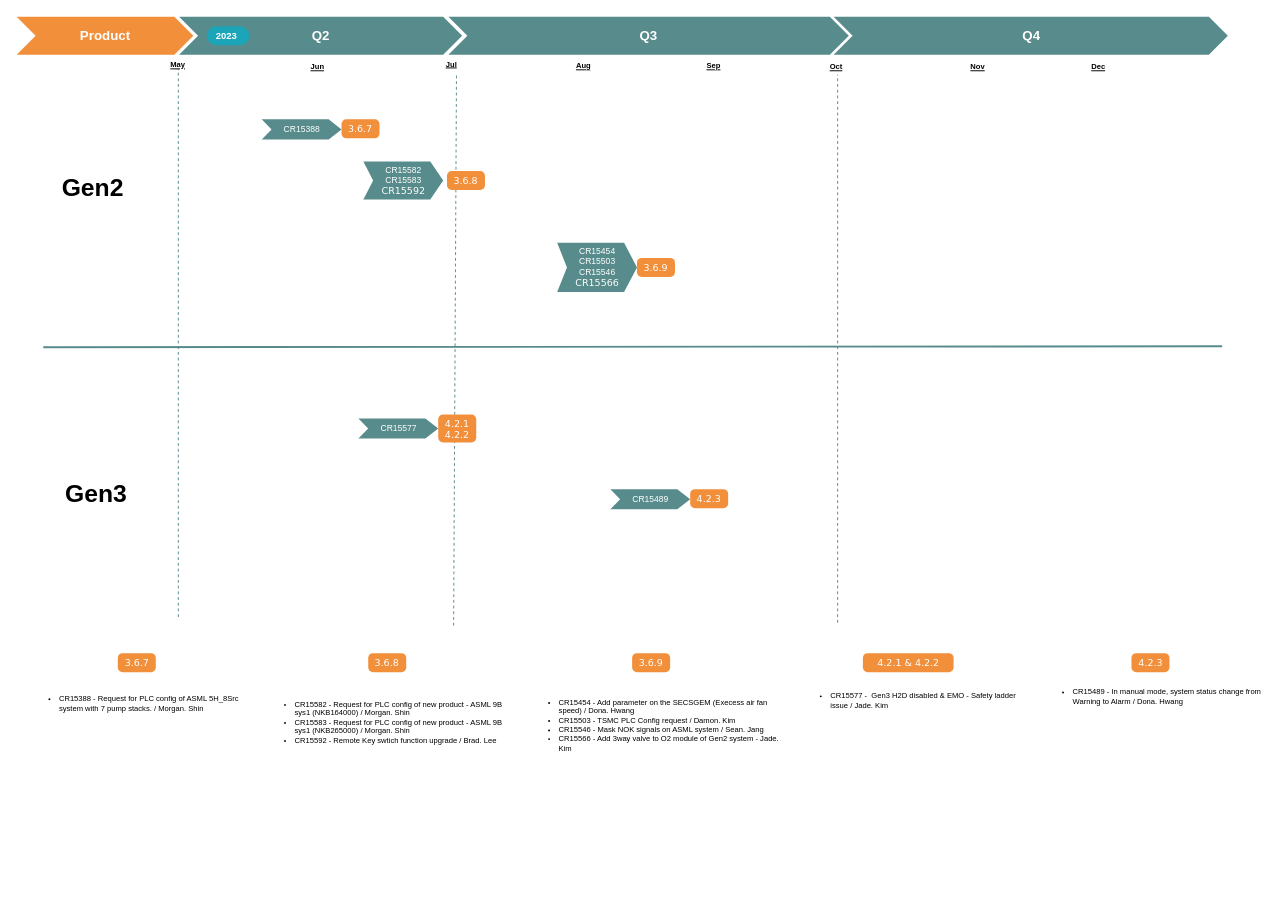
EdwardsKorea/CommonDrawIO keeps this draw.io diagram as page "EUV Legacy" (3 of 8) of 0.Project Roadmap.drawio. Above is the earlier version. Source tidied: cells renumbered, new cells numbered last; positions are measured from the earlier drawing's top-left corner, leaving out a move shared by most shapes. Both pictures are drawn from the tidied source at 95%, with x=0, y=0 at pixel (16, 16).
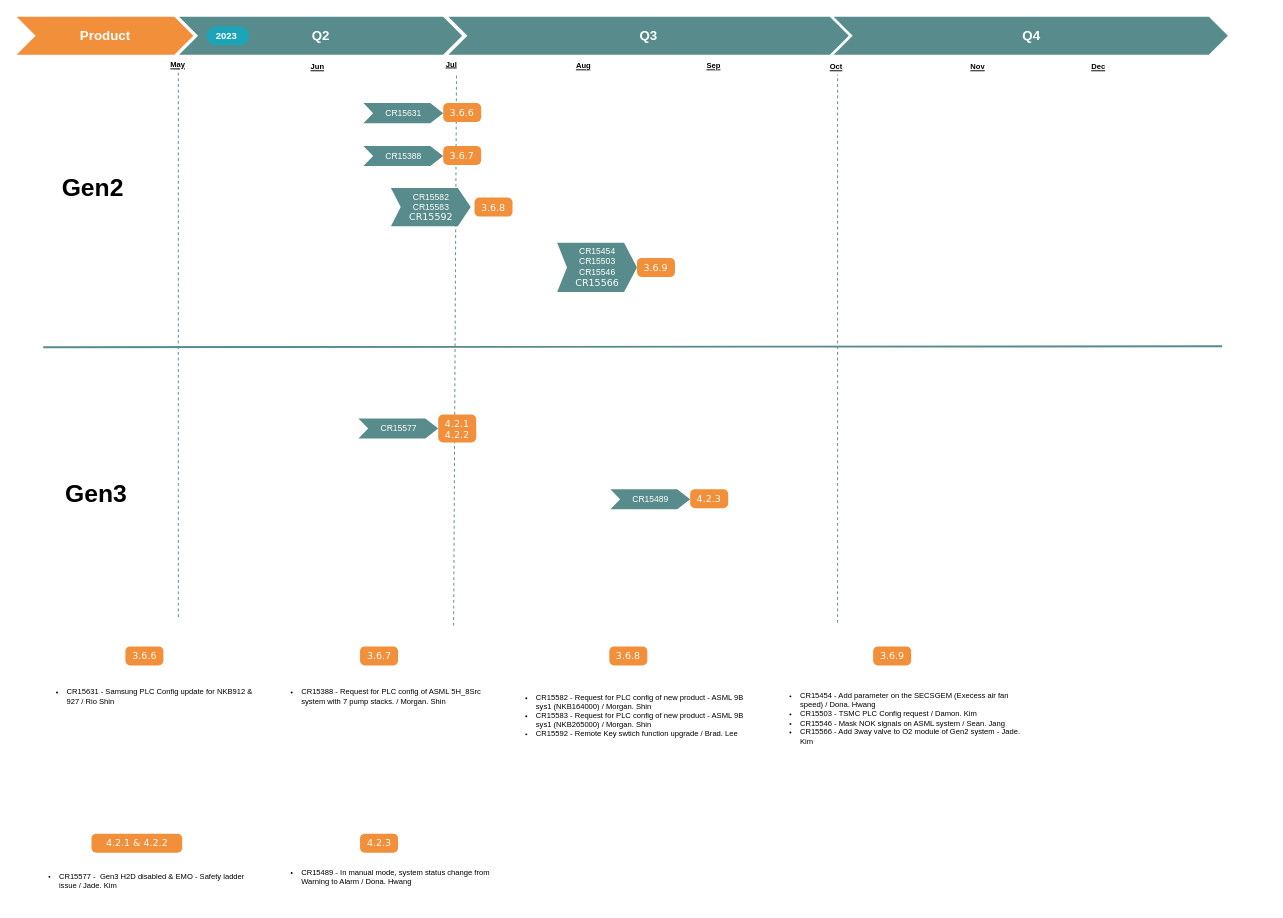
Above is the later version.

The edit, as a diff of the source:
```diff
@@
     <mxCell id="19" value="CR15582&lt;br&gt;CR15583&lt;br style=&quot;border-color: var(--border-color); font-family: Verdana; font-size: 10px;&quot;&gt;&lt;span style=&quot;font-family: Verdana; font-size: 10px;&quot;&gt;CR15592&lt;/span&gt;" style="html=1;shape=mxgraph.infographic.ribbonSimple;notch1=10.29;notch2=13.57;fillColor=#588b8b;strokeColor=none;align=center;verticalAlign=middle;fontColor=#ffffff;fontSize=9;fontStyle=0;rounded=0;" parent="1" vertex="1">
-      <mxGeometry x="365" y="152.4" width="84" height="40.2" as="geometry" />
+      <mxGeometry x="394" y="180.4" width="84" height="40.2" as="geometry" />
     </mxCell>
@@
     <mxCell id="21" value="3.6.8" style="html=1;shadow=0;dashed=0;shape=mxgraph.bootstrap.rrect;rSize=5;strokeColor=none;strokeWidth=1;fillColor=#F28f3b;fontColor=#FFFFFF;whiteSpace=wrap;align=center;verticalAlign=middle;spacingLeft=0;fontStyle=0;fontSize=10;spacing=5;fontFamily=Verdana;labelBackgroundColor=none;" parent="1" vertex="1">
-      <mxGeometry x="453" y="162.5" width="40" height="20" as="geometry" />
+      <mxGeometry x="482" y="190.5" width="40" height="20" as="geometry" />
     </mxCell>
@@
     <mxCell id="25" value="CR15388" style="html=1;shape=mxgraph.infographic.ribbonSimple;notch1=10.29;notch2=13.57;fillColor=#588b8b;strokeColor=none;align=center;verticalAlign=middle;fontColor=#ffffff;fontSize=9;fontStyle=0;rounded=0;" parent="1" vertex="1">
-      <mxGeometry x="258" y="108.1" width="84" height="21.2" as="geometry" />
+      <mxGeometry x="365" y="136.1" width="84" height="21.2" as="geometry" />
     </mxCell>
     <mxCell id="26" value="3.6.7" style="html=1;shadow=0;dashed=0;shape=mxgraph.bootstrap.rrect;rSize=5;strokeColor=none;strokeWidth=1;fillColor=#F28f3b;fontColor=#FFFFFF;whiteSpace=wrap;align=center;verticalAlign=middle;spacingLeft=0;fontStyle=0;fontSize=10;spacing=5;fontFamily=Verdana;labelBackgroundColor=none;" parent="1" vertex="1">
-      <mxGeometry x="342" y="108.1" width="40" height="20" as="geometry" />
+      <mxGeometry x="449" y="136.1" width="40" height="20" as="geometry" />
     </mxCell>
@@
     <mxCell id="31" value="&lt;ul&gt;&lt;li&gt;CR15388 - Request for PLC config of ASML 5H_8Src system with 7 pump stacks. / Morgan. Shin&lt;/li&gt;&lt;/ul&gt;" style="text;strokeColor=none;fillColor=none;html=1;whiteSpace=wrap;verticalAlign=middle;overflow=hidden;fontSize=8;fontFamily=Helvetica;fontColor=#000000;labelPosition=center;verticalLabelPosition=middle;align=left;" parent="1" vertex="1">
-      <mxGeometry x="3" y="697" width="247" height="52" as="geometry" />
+      <mxGeometry x="258" y="690" width="247" height="52" as="geometry" />
     </mxCell>
     <mxCell id="32" value="3.6.7" style="html=1;shadow=0;dashed=0;shape=mxgraph.bootstrap.rrect;rSize=5;strokeColor=none;strokeWidth=1;fillColor=#F28f3b;fontColor=#FFFFFF;whiteSpace=wrap;align=center;verticalAlign=middle;spacingLeft=0;fontStyle=0;fontSize=10;spacing=5;fontFamily=Verdana;labelBackgroundColor=none;" parent="1" vertex="1">
-      <mxGeometry x="106.5" y="670" width="40" height="20" as="geometry" />
+      <mxGeometry x="361.5" y="663" width="40" height="20" as="geometry" />
     </mxCell>
     <mxCell id="33" value="3.6.8" style="html=1;shadow=0;dashed=0;shape=mxgraph.bootstrap.rrect;rSize=5;strokeColor=none;strokeWidth=1;fillColor=#F28f3b;fontColor=#FFFFFF;whiteSpace=wrap;align=center;verticalAlign=middle;spacingLeft=0;fontStyle=0;fontSize=10;spacing=5;fontFamily=Verdana;labelBackgroundColor=none;" parent="1" vertex="1">
-      <mxGeometry x="370.1" y="670" width="40" height="20" as="geometry" />
+      <mxGeometry x="623.9" y="663" width="40" height="20" as="geometry" />
     </mxCell>
     <mxCell id="34" value="&lt;ul&gt;&lt;li&gt;CR15582 - Request for PLC config of new product - ASML 9B sys1 (NKB164000) / Morgan. Shin&lt;/li&gt;&lt;li&gt;CR15583 - Request for PLC config of new product - ASML 9B sys1 (NKB265000) / Morgan. Shin&lt;/li&gt;&lt;li&gt;CR15592 - Remote Key swtich function upgrade / Brad. Lee&lt;/li&gt;&lt;/ul&gt;" style="text;strokeColor=none;fillColor=none;html=1;whiteSpace=wrap;verticalAlign=middle;overflow=hidden;fontSize=8;fontFamily=Helvetica;fontColor=#000000;labelPosition=center;verticalLabelPosition=middle;align=left;" parent="1" vertex="1">
-      <mxGeometry x="251.2" y="697" width="277.8" height="91" as="geometry" />
+      <mxGeometry x="505" y="690" width="277.8" height="91" as="geometry" />
     </mxCell>
     <mxCell id="35" value="3.6.9" style="html=1;shadow=0;dashed=0;shape=mxgraph.bootstrap.rrect;rSize=5;strokeColor=none;strokeWidth=1;fillColor=#F28f3b;fontColor=#FFFFFF;whiteSpace=wrap;align=center;verticalAlign=middle;spacingLeft=0;fontStyle=0;fontSize=10;spacing=5;fontFamily=Verdana;labelBackgroundColor=none;" parent="1" vertex="1">
-      <mxGeometry x="647.9" y="670" width="40" height="20" as="geometry" />
+      <mxGeometry x="901.6" y="663" width="40" height="20" as="geometry" />
     </mxCell>
     <mxCell id="36" value="&lt;ul&gt;&lt;li&gt;CR15454 - Add parameter on the SECSGEM (Execess air fan speed) / Dona. Hwang&lt;/li&gt;&lt;li&gt;CR15503 - TSMC PLC Config request / Damon. Kim&lt;/li&gt;&lt;li&gt;CR15546 - Mask NOK signals on ASML system / Sean. Jang&lt;/li&gt;&lt;li&gt;CR15566 - Add 3way valve to O2 module of Gen2 system - Jade. Kim&lt;/li&gt;&lt;/ul&gt;" style="text;strokeColor=none;fillColor=none;html=1;whiteSpace=wrap;verticalAlign=middle;overflow=hidden;fontSize=8;fontFamily=Helvetica;fontColor=#000000;labelPosition=center;verticalLabelPosition=middle;align=left;" parent="1" vertex="1">
-      <mxGeometry x="529" y="697" width="277.8" height="98" as="geometry" />
+      <mxGeometry x="782.8" y="690" width="277.8" height="98" as="geometry" />
     </mxCell>
     <mxCell id="37" value="&lt;ul&gt;&lt;li&gt;CR15577 -&amp;nbsp; Gen3 H2D disabled &amp;amp; EMO - Safety ladder issue / Jade. Kim&lt;/li&gt;&lt;/ul&gt;" style="text;strokeColor=none;fillColor=none;html=1;whiteSpace=wrap;verticalAlign=middle;overflow=hidden;fontSize=8;fontFamily=Helvetica;fontColor=#000000;labelPosition=center;verticalLabelPosition=middle;align=left;" parent="1" vertex="1">
-      <mxGeometry x="815" y="697" width="247" height="45" as="geometry" />
+      <mxGeometry x="3" y="887" width="247" height="45" as="geometry" />
     </mxCell>
     <mxCell id="38" value="4.2.1 &amp;amp; 4.2.2" style="html=1;shadow=0;dashed=0;shape=mxgraph.bootstrap.rrect;rSize=5;strokeColor=none;strokeWidth=1;fillColor=#F28f3b;fontColor=#FFFFFF;whiteSpace=wrap;align=center;verticalAlign=middle;spacingLeft=0;fontStyle=0;fontSize=10;spacing=5;fontFamily=Verdana;labelBackgroundColor=none;" parent="1" vertex="1">
-      <mxGeometry x="890.8" y="670" width="95.5" height="20" as="geometry" />
+      <mxGeometry x="78.8" y="860" width="95.5" height="20" as="geometry" />
     </mxCell>
     <mxCell id="39" value="&lt;ul&gt;&lt;li style=&quot;border-color: var(--border-color);&quot;&gt;CR15489 - In manual mode, system status change from Warning to Alarm / Dona. Hwang&lt;/li&gt;&lt;/ul&gt;" style="text;strokeColor=none;fillColor=none;html=1;whiteSpace=wrap;verticalAlign=middle;overflow=hidden;fontSize=8;fontFamily=Helvetica;fontColor=#000000;labelPosition=center;verticalLabelPosition=middle;align=left;" parent="1" vertex="1">
-      <mxGeometry x="1070" y="690" width="247" height="52" as="geometry" />
+      <mxGeometry x="258" y="880" width="247" height="52" as="geometry" />
     </mxCell>
     <mxCell id="40" value="4.2.3" style="html=1;shadow=0;dashed=0;shape=mxgraph.bootstrap.rrect;rSize=5;strokeColor=none;strokeWidth=1;fillColor=#F28f3b;fontColor=#FFFFFF;whiteSpace=wrap;align=center;verticalAlign=middle;spacingLeft=0;fontStyle=0;fontSize=10;spacing=5;fontFamily=Verdana;labelBackgroundColor=none;" parent="1" vertex="1">
-      <mxGeometry x="1173.5" y="670" width="40" height="20" as="geometry" />
+      <mxGeometry x="361.5" y="860" width="40" height="20" as="geometry" />
     </mxCell>
+    <mxCell id="41" value="CR15631" style="html=1;shape=mxgraph.infographic.ribbonSimple;notch1=10.29;notch2=13.57;fillColor=#588b8b;strokeColor=none;align=center;verticalAlign=middle;fontColor=#ffffff;fontSize=9;fontStyle=0;rounded=0;" parent="1" vertex="1">
+      <mxGeometry x="365" y="91" width="84" height="21.2" as="geometry" />
+    </mxCell>
+    <mxCell id="42" value="3.6.6" style="html=1;shadow=0;dashed=0;shape=mxgraph.bootstrap.rrect;rSize=5;strokeColor=none;strokeWidth=1;fillColor=#F28f3b;fontColor=#FFFFFF;whiteSpace=wrap;align=center;verticalAlign=middle;spacingLeft=0;fontStyle=0;fontSize=10;spacing=5;fontFamily=Verdana;labelBackgroundColor=none;" parent="1" vertex="1">
+      <mxGeometry x="449" y="91" width="40" height="20" as="geometry" />
+    </mxCell>
+    <mxCell id="43" value="&lt;ul&gt;&lt;li&gt;CR15631 - Samsung PLC Config update for NKB912 &amp;amp; 927 / Rio Shin&lt;/li&gt;&lt;/ul&gt;" style="text;strokeColor=none;fillColor=none;html=1;whiteSpace=wrap;verticalAlign=middle;overflow=hidden;fontSize=8;fontFamily=Helvetica;fontColor=#000000;labelPosition=center;verticalLabelPosition=middle;align=left;" parent="1" vertex="1">
+      <mxGeometry x="11" y="690" width="247" height="52" as="geometry" />
+    </mxCell>
+    <mxCell id="44" value="3.6.6" style="html=1;shadow=0;dashed=0;shape=mxgraph.bootstrap.rrect;rSize=5;strokeColor=none;strokeWidth=1;fillColor=#F28f3b;fontColor=#FFFFFF;whiteSpace=wrap;align=center;verticalAlign=middle;spacingLeft=0;fontStyle=0;fontSize=10;spacing=5;fontFamily=Verdana;labelBackgroundColor=none;" parent="1" vertex="1">
+      <mxGeometry x="114.5" y="663" width="40" height="20" as="geometry" />
+    </mxCell>
```
